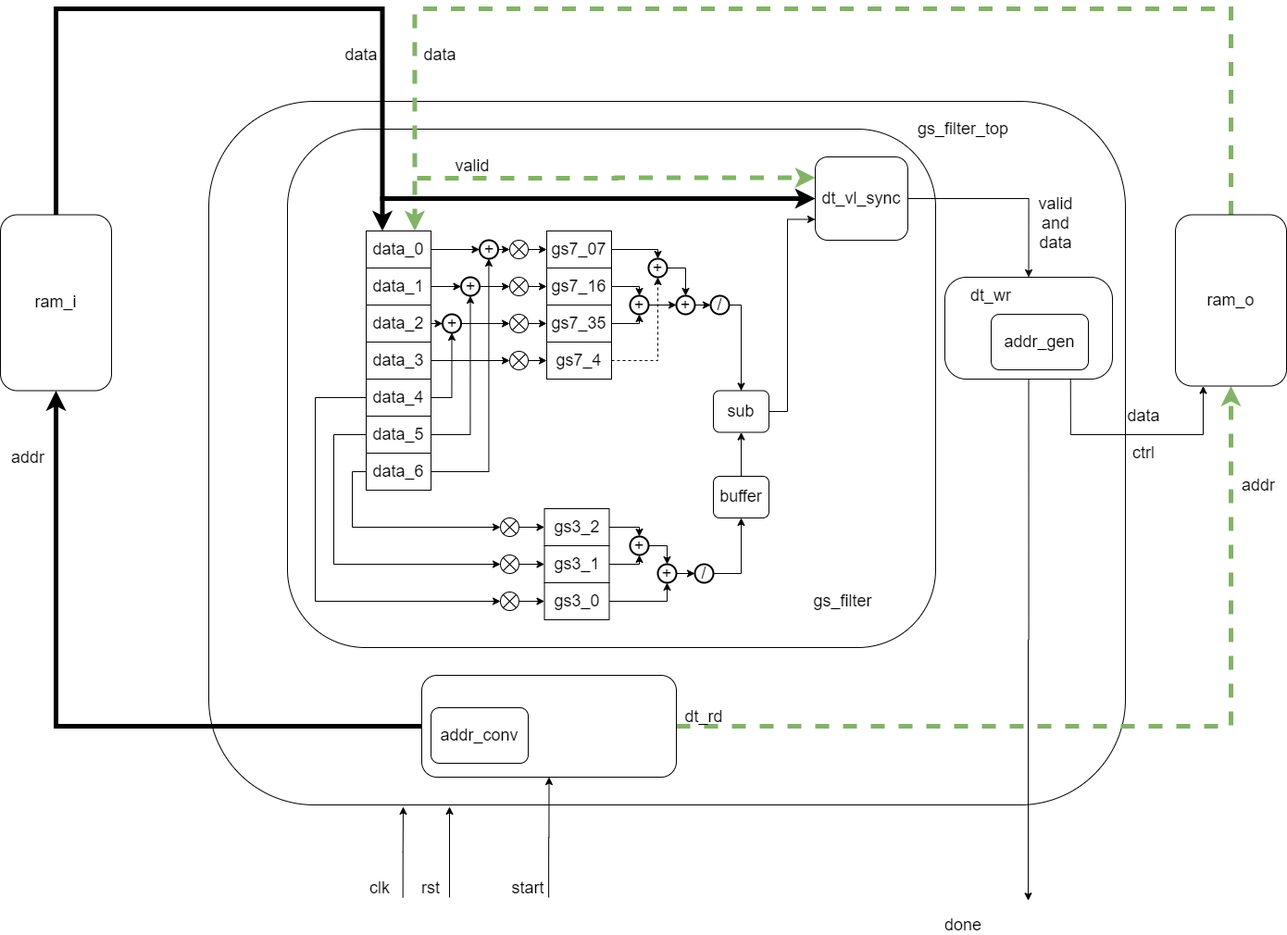
Above: daily/inbed_design/dog/docs/arch/结构图.png in hust-gaoyujing/routine (draw.io), before the change. Source tidied: cells renumbered, new cells last; positions are measured from the earlier drawing's top-left corner, leaving out a move shared by most shapes.
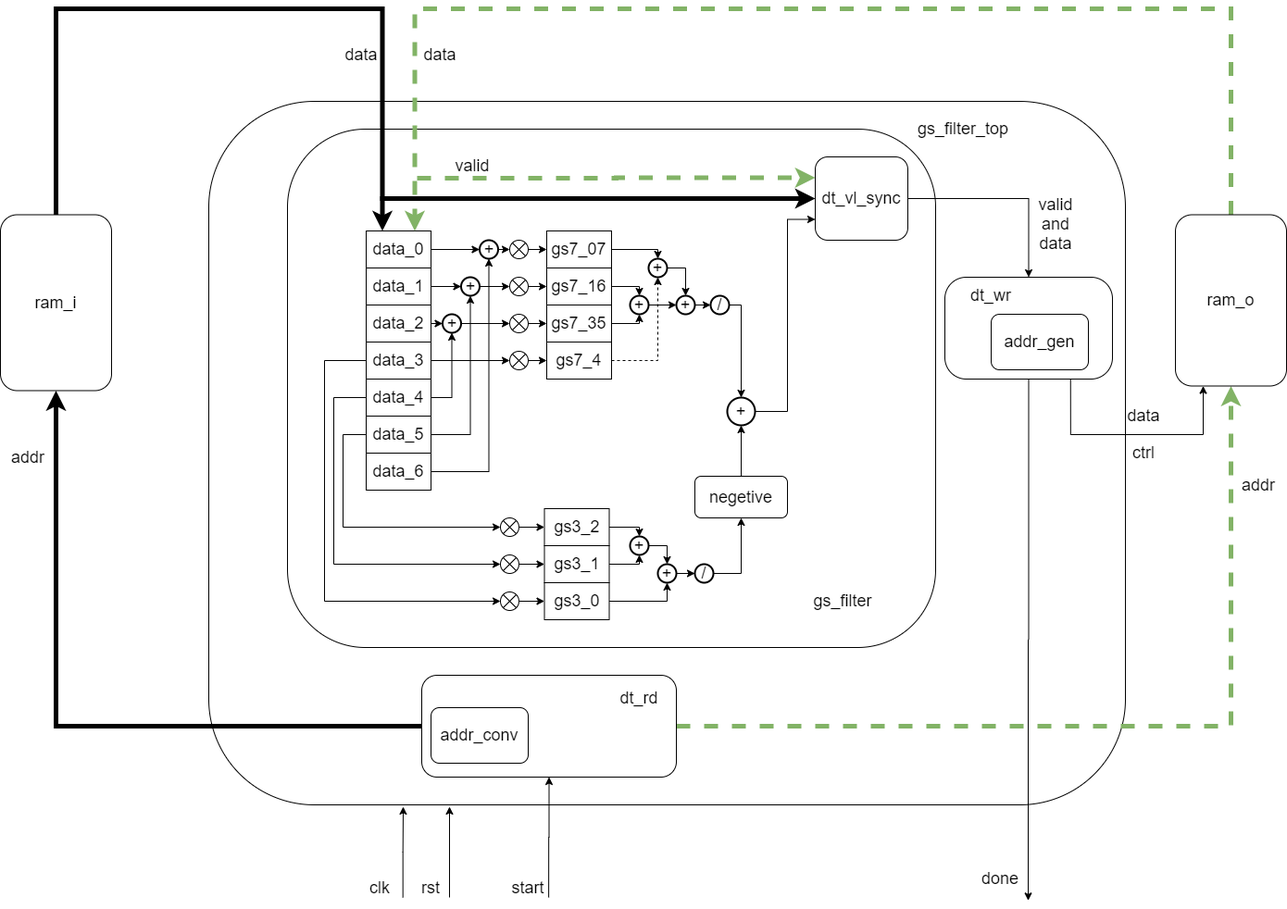
The same diagram one commit later.

Diff of the diagram source:
```diff
@@ -70,20 +70,28 @@
     <mxCell id="18" value="data_1" style="rounded=0;whiteSpace=wrap;html=1;fontSize=18;" parent="1" vertex="1">
       <mxGeometry x="395" y="280" width="70" height="40" as="geometry" />
     </mxCell>
-    <mxCell id="19" style="edgeStyle=orthogonalEdgeStyle;rounded=0;jettySize=auto;html=1;exitX=0;exitY=0.5;exitDx=0;exitDy=0;entryX=0;entryY=0.5;entryDx=0;entryDy=0;entryPerimeter=0;" parent="1" edge="1" source="21" target="90">
-      <mxGeometry relative="1" as="geometry">
-        <Array as="points">
-          <mxPoint x="340" y="420" />
-          <mxPoint x="340" y="640" />
-        </Array>
-      </mxGeometry>
-    </mxCell>
     <mxCell id="20" style="edgeStyle=orthogonalEdgeStyle;rounded=0;jettySize=auto;html=1;exitX=1;exitY=0.5;exitDx=0;exitDy=0;entryX=0.5;entryY=1;entryDx=0;entryDy=0;entryPerimeter=0;" parent="1" edge="1" source="21" target="75">
       <mxGeometry relative="1" as="geometry" />
     </mxCell>
+    <mxCell id="109" style="edgeStyle=orthogonalEdgeStyle;rounded=0;jettySize=auto;html=1;exitX=0;exitY=0.5;exitDx=0;exitDy=0;entryX=0;entryY=0.5;entryDx=0;entryDy=0;entryPerimeter=0;" parent="1" edge="1" source="21" target="88">
+      <mxGeometry relative="1" as="geometry">
+        <Array as="points">
+          <mxPoint x="360" y="420" />
+          <mxPoint x="360" y="600" />
+        </Array>
+      </mxGeometry>
+    </mxCell>
     <mxCell id="21" value="data_4" style="rounded=0;whiteSpace=wrap;html=1;fontSize=18;" parent="1" vertex="1">
       <mxGeometry x="395" y="400" width="70" height="40" as="geometry" />
     </mxCell>
+    <mxCell id="110" style="edgeStyle=orthogonalEdgeStyle;rounded=0;jettySize=auto;html=1;exitX=0;exitY=0.5;exitDx=0;exitDy=0;entryX=0;entryY=0.5;entryDx=0;entryDy=0;entryPerimeter=0;" parent="1" edge="1" source="22" target="90">
+      <mxGeometry relative="1" as="geometry">
+        <Array as="points">
+          <mxPoint x="350" y="380" />
+          <mxPoint x="350" y="640" />
+        </Array>
+      </mxGeometry>
+    </mxCell>
     <mxCell id="22" value="data_3" style="rounded=0;whiteSpace=wrap;html=1;fontSize=18;" parent="1" vertex="1">
       <mxGeometry x="395" y="360" width="70" height="40" as="geometry" />
     </mxCell>
@@ -97,7 +105,7 @@
       <mxGeometry y="222.5" width="120" height="190" as="geometry" />
     </mxCell>
     <mxCell id="26" value="dt_rd" style="text;html=1;strokeColor=none;fillColor=none;align=center;verticalAlign=middle;whiteSpace=wrap;rounded=0;fontSize=18;" parent="1" vertex="1">
-      <mxGeometry x="740" y="755" width="40" height="20" as="geometry" />
+      <mxGeometry x="670" y="735" width="40" height="20" as="geometry" />
     </mxCell>
     <mxCell id="27" value="addr_conv" style="rounded=1;whiteSpace=wrap;html=1;fontSize=18;" parent="1" vertex="1">
       <mxGeometry x="465" y="755" width="105" height="60" as="geometry" />
@@ -170,7 +178,7 @@
       <mxGeometry x="550" y="940" width="40" height="20" as="geometry" />
     </mxCell>
     <mxCell id="44" value="done" style="text;html=1;strokeColor=none;fillColor=none;align=center;verticalAlign=middle;whiteSpace=wrap;rounded=0;fontSize=18;" parent="1" vertex="1">
-      <mxGeometry x="1020" y="980" width="40" height="20" as="geometry" />
+      <mxGeometry x="1060" y="930" width="40" height="20" as="geometry" />
     </mxCell>
     <mxCell id="45" value="&lt;span style=&quot;font-size: 18px&quot;&gt;gs_filter&lt;/span&gt;" style="text;html=1;strokeColor=none;fillColor=none;align=center;verticalAlign=middle;whiteSpace=wrap;rounded=0;" parent="1" vertex="1">
       <mxGeometry x="890" y="630" width="40" height="20" as="geometry" />
@@ -178,11 +186,10 @@
     <mxCell id="46" value="&lt;span style=&quot;font-size: 18px&quot;&gt;gs_filter_top&lt;/span&gt;" style="text;html=1;strokeColor=none;fillColor=none;align=center;verticalAlign=middle;whiteSpace=wrap;rounded=0;" parent="1" vertex="1">
       <mxGeometry x="1020" y="120" width="40" height="20" as="geometry" />
     </mxCell>
-    <mxCell id="47" style="edgeStyle=orthogonalEdgeStyle;rounded=0;jettySize=auto;html=1;exitX=1;exitY=0.5;exitDx=0;exitDy=0;exitPerimeter=0;entryX=0.5;entryY=0;entryDx=0;entryDy=0;" parent="1" edge="1" source="48" target="106">
+    <mxCell id="47" style="edgeStyle=orthogonalEdgeStyle;rounded=0;jettySize=auto;html=1;exitX=1;exitY=0.5;exitDx=0;exitDy=0;exitPerimeter=0;entryX=0.5;entryY=0;entryDx=0;entryDy=0;entryPerimeter=0;" parent="1" edge="1" source="48" target="112">
       <mxGeometry relative="1" as="geometry">
         <Array as="points">
           <mxPoint x="800" y="320" />
-          <mxPoint x="800" y="413" />
         </Array>
       </mxGeometry>
     </mxCell>
@@ -221,31 +228,23 @@
     <mxCell id="57" value="dt_wr" style="text;html=1;strokeColor=none;fillColor=none;align=center;verticalAlign=middle;whiteSpace=wrap;rounded=0;fontSize=18;" parent="1" vertex="1">
       <mxGeometry x="1050" y="300" width="40" height="20" as="geometry" />
     </mxCell>
-    <mxCell id="58" style="edgeStyle=orthogonalEdgeStyle;rounded=0;jettySize=auto;html=1;exitX=0;exitY=0.5;exitDx=0;exitDy=0;entryX=0;entryY=0.5;entryDx=0;entryDy=0;entryPerimeter=0;" parent="1" edge="1" source="60" target="88">
-      <mxGeometry relative="1" as="geometry">
-        <Array as="points">
-          <mxPoint x="360" y="460" />
-          <mxPoint x="360" y="600" />
-        </Array>
-      </mxGeometry>
-    </mxCell>
     <mxCell id="59" style="edgeStyle=orthogonalEdgeStyle;rounded=0;jettySize=auto;html=1;exitX=1;exitY=0.5;exitDx=0;exitDy=0;entryX=0.5;entryY=1;entryDx=0;entryDy=0;entryPerimeter=0;" parent="1" edge="1" source="60" target="73">
       <mxGeometry relative="1" as="geometry" />
     </mxCell>
+    <mxCell id="111" style="edgeStyle=orthogonalEdgeStyle;rounded=0;jettySize=auto;html=1;exitX=0;exitY=0.5;exitDx=0;exitDy=0;entryX=0;entryY=0.5;entryDx=0;entryDy=0;entryPerimeter=0;" parent="1" edge="1" source="60" target="86">
+      <mxGeometry relative="1" as="geometry">
+        <Array as="points">
+          <mxPoint x="370" y="460" />
+          <mxPoint x="370" y="560" />
+        </Array>
+      </mxGeometry>
+    </mxCell>
     <mxCell id="60" value="data_5" style="rounded=0;whiteSpace=wrap;html=1;fontSize=18;" parent="1" vertex="1">
       <mxGeometry x="395" y="440" width="70" height="40" as="geometry" />
     </mxCell>
     <mxCell id="61" style="edgeStyle=orthogonalEdgeStyle;rounded=0;jettySize=auto;html=1;exitX=1;exitY=0.5;exitDx=0;exitDy=0;" parent="1" edge="1" source="63" target="71">
       <mxGeometry relative="1" as="geometry" />
     </mxCell>
-    <mxCell id="62" style="edgeStyle=orthogonalEdgeStyle;rounded=0;jettySize=auto;html=1;exitX=0;exitY=0.5;exitDx=0;exitDy=0;entryX=0;entryY=0.5;entryDx=0;entryDy=0;entryPerimeter=0;" parent="1" edge="1" source="63" target="86">
-      <mxGeometry relative="1" as="geometry">
-        <Array as="points">
-          <mxPoint x="380" y="500" />
-          <mxPoint x="380" y="560" />
-        </Array>
-      </mxGeometry>
-    </mxCell>
     <mxCell id="63" value="data_6" style="rounded=0;whiteSpace=wrap;html=1;fontSize=18;" parent="1" vertex="1">
       <mxGeometry x="395" y="480" width="70" height="40" as="geometry" />
     </mxCell>
@@ -372,13 +371,13 @@
     <mxCell id="102" value="/" style="strokeWidth=2;html=1;shape=mxgraph.flowchart.start_2;whiteSpace=wrap;fontSize=18;" parent="1" vertex="1">
       <mxGeometry x="750" y="600" width="20" height="20" as="geometry" />
     </mxCell>
-    <mxCell id="103" style="edgeStyle=orthogonalEdgeStyle;rounded=0;jettySize=auto;html=1;exitX=0.5;exitY=0;exitDx=0;exitDy=0;" parent="1" edge="1" source="104" target="106">
+    <mxCell id="103" style="edgeStyle=orthogonalEdgeStyle;rounded=0;jettySize=auto;html=1;exitX=0.5;exitY=0;exitDx=0;exitDy=0;entryX=0.5;entryY=1;entryDx=0;entryDy=0;entryPerimeter=0;" parent="1" edge="1" source="104" target="112">
       <mxGeometry relative="1" as="geometry" />
     </mxCell>
-    <mxCell id="104" value="buffer" style="rounded=1;whiteSpace=wrap;html=1;fontSize=18;" parent="1" vertex="1">
-      <mxGeometry x="770" y="505" width="60" height="45" as="geometry" />
+    <mxCell id="104" value="negetive" style="rounded=1;whiteSpace=wrap;html=1;fontSize=18;" parent="1" vertex="1">
+      <mxGeometry x="750" y="505" width="100" height="45" as="geometry" />
     </mxCell>
-    <mxCell id="105" style="edgeStyle=orthogonalEdgeStyle;rounded=0;jettySize=auto;html=1;exitX=1;exitY=0.5;exitDx=0;exitDy=0;entryX=0;entryY=0.75;entryDx=0;entryDy=0;" parent="1" edge="1" source="106" target="38">
+    <mxCell id="105" style="edgeStyle=orthogonalEdgeStyle;rounded=0;jettySize=auto;html=1;exitX=1;exitY=0.5;exitDx=0;exitDy=0;entryX=0;entryY=0.75;entryDx=0;entryDy=0;exitPerimeter=0;" parent="1" edge="1" source="112" target="38">
       <mxGeometry relative="1" as="geometry">
         <Array as="points">
           <mxPoint x="850" y="435" />
@@ -386,14 +385,14 @@
         </Array>
       </mxGeometry>
     </mxCell>
-    <mxCell id="106" value="sub" style="rounded=1;whiteSpace=wrap;html=1;fontSize=18;" parent="1" vertex="1">
-      <mxGeometry x="770" y="412.5" width="60" height="45" as="geometry" />
-    </mxCell>
     <mxCell id="107" style="edgeStyle=orthogonalEdgeStyle;rounded=0;jettySize=auto;html=1;exitX=1;exitY=0.5;exitDx=0;exitDy=0;exitPerimeter=0;entryX=0;entryY=0.5;entryDx=0;entryDy=0;entryPerimeter=0;" parent="1" edge="1" source="108" target="12">
       <mxGeometry relative="1" as="geometry" />
     </mxCell>
     <mxCell id="108" value="&lt;font style=&quot;font-size: 18px;&quot;&gt;+&lt;/font&gt;" style="strokeWidth=2;html=1;shape=mxgraph.flowchart.start_2;whiteSpace=wrap;fontSize=18;" parent="1" vertex="1">
       <mxGeometry x="680" y="310" width="20" height="20" as="geometry" />
     </mxCell>
+    <mxCell id="112" value="&lt;font style=&quot;font-size: 18px;&quot;&gt;+&lt;/font&gt;" style="strokeWidth=2;html=1;shape=mxgraph.flowchart.start_2;whiteSpace=wrap;fontSize=18;" parent="1" vertex="1">
+      <mxGeometry x="785" y="420" width="30" height="30" as="geometry" />
+    </mxCell>
   </root>
 </mxGraphModel>
```
